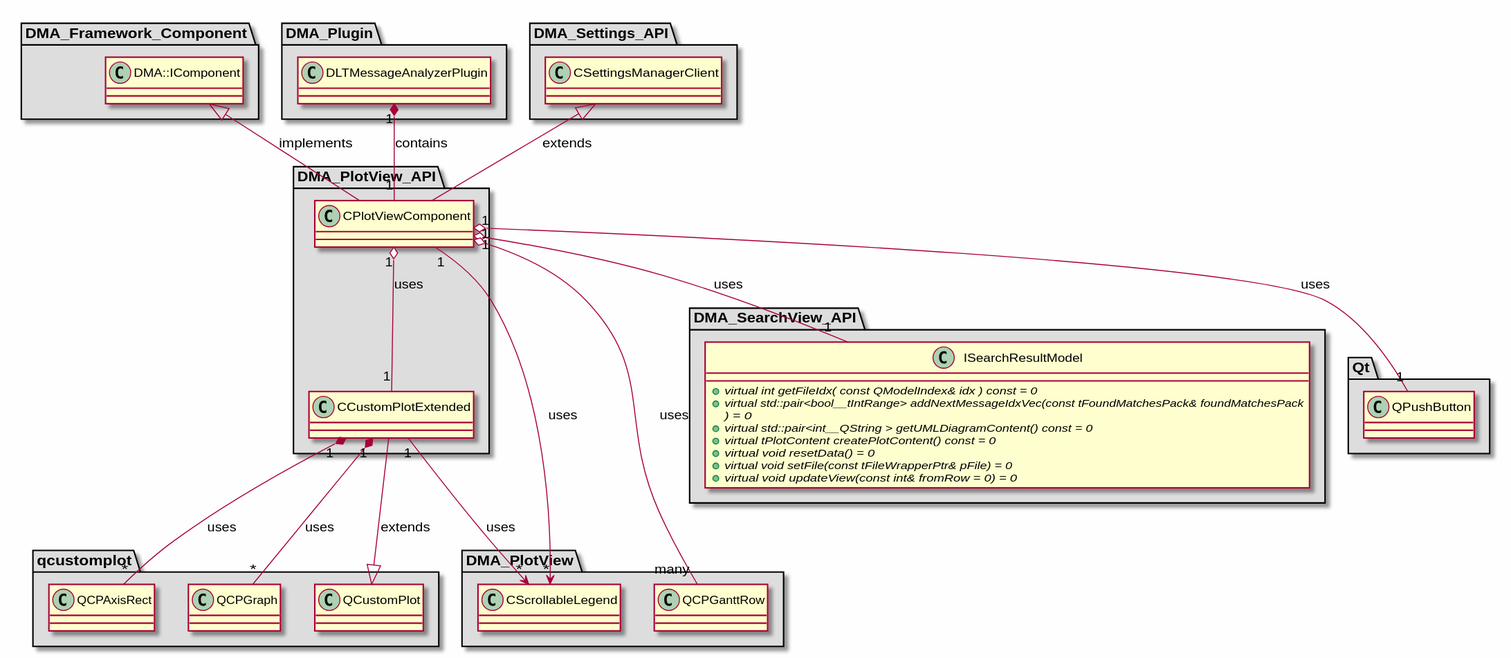
The PlantUML diagram md/dev_docs/puml/DMA_PlotView_API.svg in svlad-90/DLT-Message-Analyzer, before a commit.
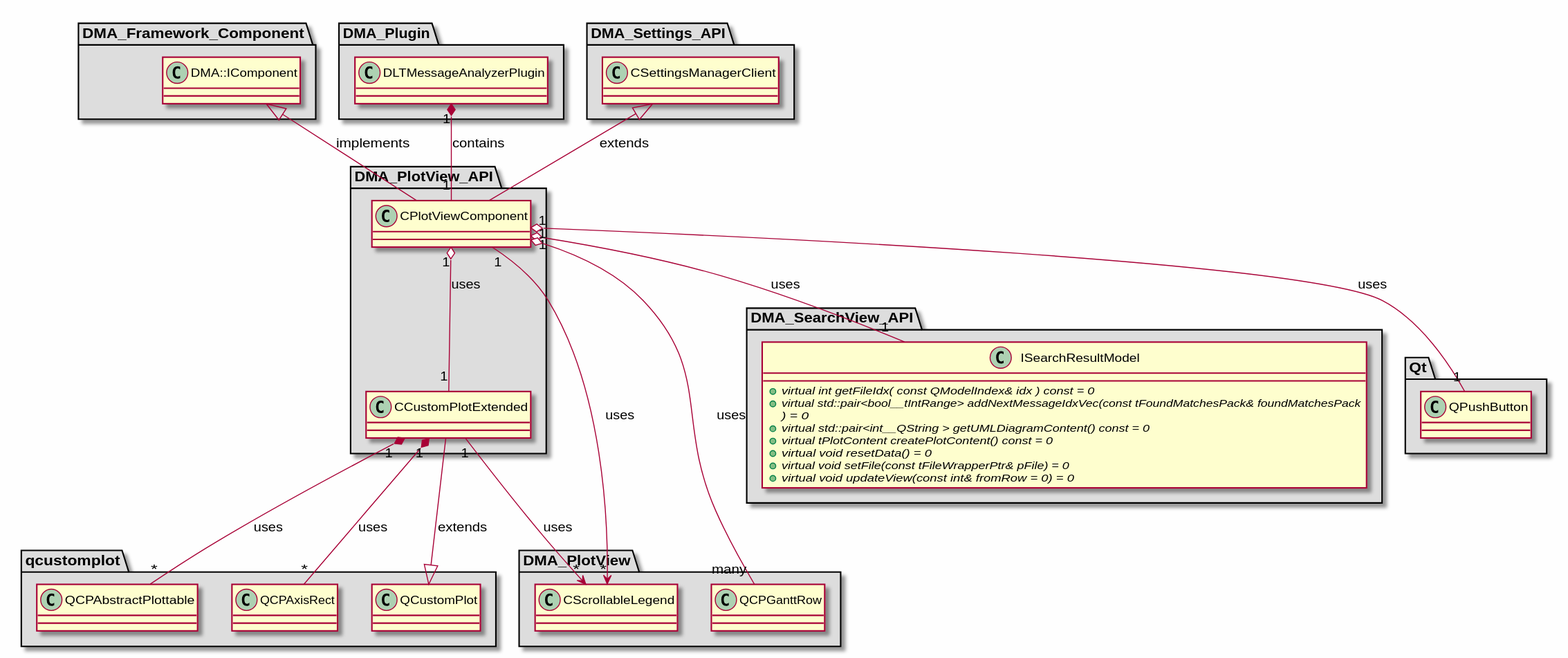
The same file after the commit.

What changed in the source:
```diff
@@ -83,11 +83,11 @@
 package "qcustomplot" #DDDDDD
 {
 
-class "QCPAxisRect"
+class "QCPAbstractPlottable"
 {
 }
 
-class "QCPGraph"
+class "QCPAxisRect"
 {
 }
 
@@ -102,8 +102,8 @@
 DMA::IComponent <|-- CPlotViewComponent : implements
 
 CCustomPlotExtended "1" --> "*" CScrollableLegend : uses
+CCustomPlotExtended "1" *-- "*" QCPAbstractPlottable : uses
 CCustomPlotExtended "1" *-- "*" QCPAxisRect : uses
-CCustomPlotExtended "1" *-- "*" QCPGraph : uses
 CPlotViewComponent "1" o-- "1" CCustomPlotExtended : uses
 CPlotViewComponent "1" --> "*" CScrollableLegend : uses
 CPlotViewComponent "1" o-- "1" ISearchResultModel : uses
```
